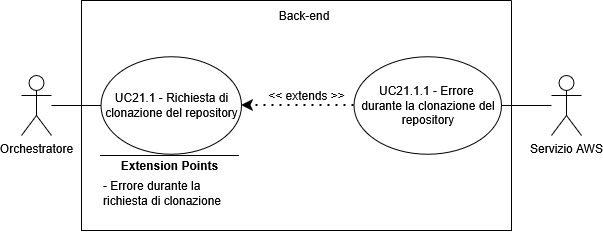
SkarabGroup/DocumentazioneProgetto keeps this draw.io diagram as assets/diagrams/UC21_1.png. Above is the earlier version. Source tidied: cells renumbered, new cells last; positions are measured from the earlier drawing's top-left corner, leaving out a move shared by most shapes.
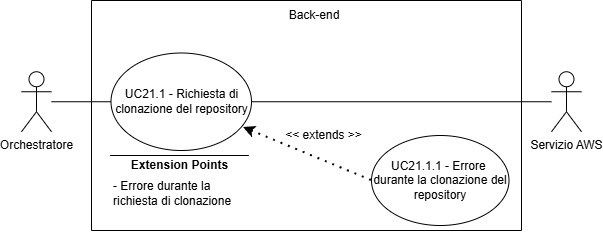
The same diagram one commit later.

Change to the diagram source:
```diff
@@ -3,22 +3,22 @@
     <mxCell id="0" />
     <mxCell id="1" parent="0" />
     <mxCell id="2" value="Orchestratore" style="shape=umlActor;verticalLabelPosition=bottom;verticalAlign=top;html=1;outlineConnect=0;" parent="1" vertex="1">
-      <mxGeometry y="75" width="30" height="60" as="geometry" />
+      <mxGeometry y="75.1" width="30" height="60" as="geometry" />
     </mxCell>
     <mxCell id="3" style="swimlane;startSize=0;" parent="1" vertex="1">
-      <mxGeometry x="60" width="430" height="230" as="geometry" />
+      <mxGeometry x="70" y="3.8" width="430" height="230" as="geometry" />
     </mxCell>
     <mxCell id="4" value="UC21.1 - Richiesta di clonazione del repository" style="ellipse;whiteSpace=wrap;html=1;" parent="3" vertex="1">
-      <mxGeometry x="19.5" y="56.2" width="140.5" height="97.5" as="geometry" />
+      <mxGeometry x="19.5" y="52.5" width="140.5" height="97.5" as="geometry" />
     </mxCell>
     <mxCell id="5" value="&lt;div&gt;UC21.1.1 - Errore&amp;nbsp;&lt;/div&gt;&lt;div&gt;durante la clonazione del repository&lt;/div&gt;" style="ellipse;whiteSpace=wrap;html=1;" parent="3" vertex="1">
-      <mxGeometry x="272.5" y="56.2" width="147.5" height="97.5" as="geometry" />
+      <mxGeometry x="280" y="135" width="137.5" height="90" as="geometry" />
     </mxCell>
-    <mxCell id="6" style="endArrow=classic;dashed=1;html=1;dashPattern=1 3;strokeWidth=2;rounded=0;entryX=1;entryY=0.5;entryDx=0;entryDy=0;exitX=0;exitY=0.5;exitDx=0;exitDy=0;strokeColor=default;curved=0;endFill=1;endSize=6;" parent="3" edge="1" source="5" target="4">
+    <mxCell id="6" style="endArrow=classic;dashed=1;html=1;dashPattern=1 3;strokeWidth=2;rounded=0;entryX=0.943;entryY=0.764;entryDx=0;entryDy=0;exitX=0;exitY=0.5;exitDx=0;exitDy=0;strokeColor=default;curved=0;endFill=1;endSize=6;entryPerimeter=0;" parent="3" edge="1" source="5" target="4">
       <mxGeometry relative="1" as="geometry" />
     </mxCell>
     <mxCell id="7" value="&lt;div&gt;&amp;lt;&amp;lt; extends &amp;gt;&amp;gt;&lt;/div&gt;" style="text;html=1;whiteSpace=wrap;strokeColor=none;fillColor=none;align=center;verticalAlign=middle;rounded=0;" parent="3" vertex="1">
-      <mxGeometry x="177.5" y="80" width="95" height="30" as="geometry" />
+      <mxGeometry x="185" y="120" width="95" height="30" as="geometry" />
     </mxCell>
     <mxCell id="8" style="endArrow=none;html=1;rounded=0;" parent="3" edge="1">
       <mxGeometry relative="1" as="geometry">
@@ -39,9 +39,9 @@
       <mxGeometry relative="1" as="geometry" />
     </mxCell>
     <mxCell id="13" value="Servizio AWS" style="shape=umlActor;verticalLabelPosition=bottom;verticalAlign=top;html=1;outlineConnect=0;" parent="1" vertex="1">
-      <mxGeometry x="530" y="75" width="30" height="60" as="geometry" />
+      <mxGeometry x="530" y="75.1" width="30" height="60" as="geometry" />
     </mxCell>
-    <mxCell id="14" style="endArrow=none;html=1;rounded=0;exitX=1;exitY=0.5;exitDx=0;exitDy=0;" parent="1" edge="1" source="5" target="13">
+    <mxCell id="14" style="endArrow=none;html=1;rounded=0;exitX=1;exitY=0.5;exitDx=0;exitDy=0;" parent="1" edge="1" source="4" target="13">
       <mxGeometry relative="1" as="geometry" />
     </mxCell>
   </root>
```
